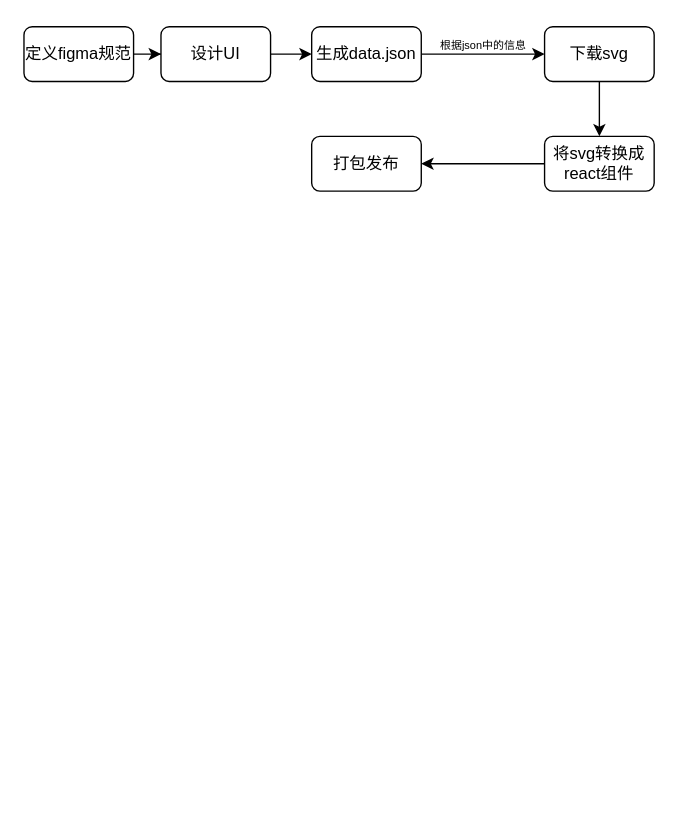
jswangtao/drawio-lib keeps this draw.io diagram as 一种自动生成前端图标的方法.drawio. Above is the earlier version. Source tidied: cells renumbered, new cells numbered last; positions are measured from the earlier drawing's top-left corner, leaving out a move shared by most shapes. Both pictures are drawn from the tidied source at 137%, with x=0, y=0 at pixel (23, 23).
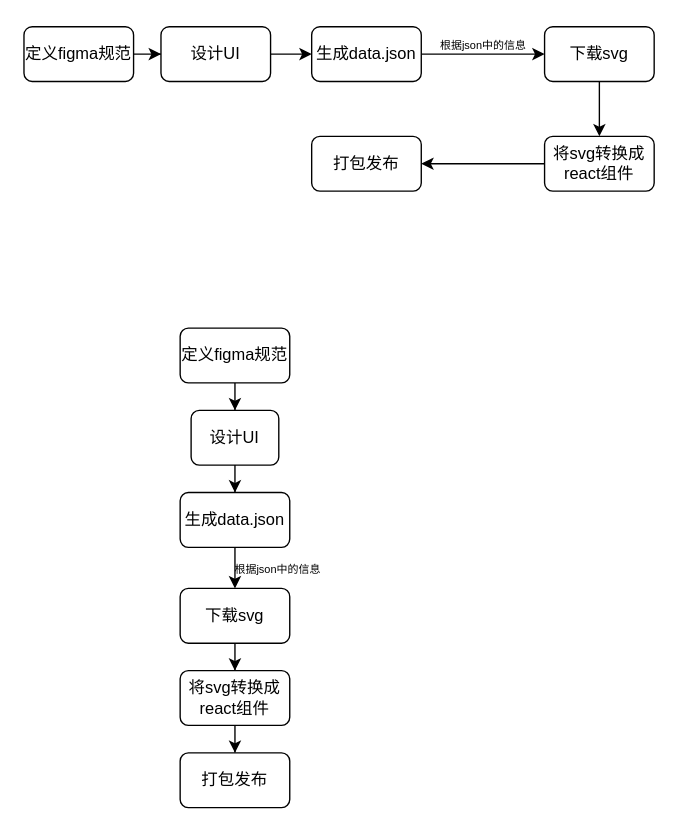
The same diagram, later.

Commit message:
更新一种自动生成前端图标的方法.drawio

Change to the diagram source:
```diff
@@
+    <mxCell id="14" style="edgeStyle=orthogonalEdgeStyle;rounded=0;jettySize=auto;html=1;" parent="1" edge="1" source="15" target="17">
+      <mxGeometry relative="1" as="geometry" />
+    </mxCell>
+    <mxCell id="15" value="定义figma规范" style="rounded=1;whiteSpace=wrap;html=1;" parent="1" vertex="1">
+      <mxGeometry x="114" y="222" width="80" height="40" as="geometry" />
+    </mxCell>
+    <mxCell id="16" style="edgeStyle=orthogonalEdgeStyle;rounded=0;jettySize=auto;html=1;" parent="1" edge="1" source="17" target="19">
+      <mxGeometry relative="1" as="geometry" />
+    </mxCell>
+    <mxCell id="17" value="设计UI" style="rounded=1;whiteSpace=wrap;html=1;" parent="1" vertex="1">
+      <mxGeometry x="122" y="282" width="64" height="40" as="geometry" />
+    </mxCell>
+    <mxCell id="18" style="edgeStyle=orthogonalEdgeStyle;rounded=0;jettySize=auto;html=1;" parent="1" edge="1" source="19" target="21">
+      <mxGeometry relative="1" as="geometry" />
+    </mxCell>
+    <mxCell id="19" value="生成data.json" style="rounded=1;whiteSpace=wrap;html=1;" parent="1" vertex="1">
+      <mxGeometry x="114" y="342" width="80" height="40" as="geometry" />
+    </mxCell>
+    <mxCell id="20" style="edgeStyle=orthogonalEdgeStyle;rounded=0;jettySize=auto;html=1;" parent="1" edge="1" source="21" target="24">
+      <mxGeometry relative="1" as="geometry" />
+    </mxCell>
+    <mxCell id="21" value="下载svg" style="rounded=1;whiteSpace=wrap;html=1;" parent="1" vertex="1">
+      <mxGeometry x="114" y="412" width="80" height="40" as="geometry" />
+    </mxCell>
+    <mxCell id="22" value="&lt;font style=&quot;font-size: 8px;&quot;&gt;根据json中的信息&lt;/font&gt;" style="text;html=1;align=center;verticalAlign=middle;strokeColor=none;fillColor=none;" parent="1" vertex="1">
+      <mxGeometry x="140" y="382" width="90" height="30" as="geometry" />
+    </mxCell>
+    <mxCell id="23" style="edgeStyle=orthogonalEdgeStyle;rounded=0;jettySize=auto;html=1;" parent="1" edge="1" source="24" target="25">
+      <mxGeometry relative="1" as="geometry" />
+    </mxCell>
+    <mxCell id="24" value="将svg转换成react组件" style="rounded=1;whiteSpace=wrap;html=1;" parent="1" vertex="1">
+      <mxGeometry x="114" y="472" width="80" height="40" as="geometry" />
+    </mxCell>
+    <mxCell id="25" value="打包发布" style="rounded=1;whiteSpace=wrap;html=1;" parent="1" vertex="1">
+      <mxGeometry x="114" y="532" width="80" height="40" as="geometry" />
+    </mxCell>
```
